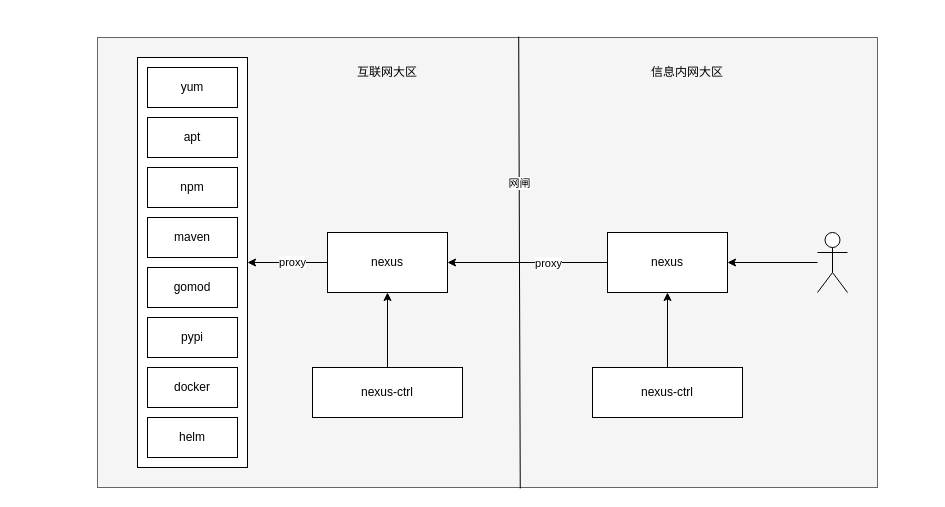
Above: page "第 3 页" (3 of 8) of ProductRepository.drawio in zzl-code/drawImg (draw.io), before the change. Source tidied: cells renumbered, new cells numbered last; positions are measured from the earlier drawing's top-left corner, leaving out a move shared by most shapes. Both pictures are drawn from the tidied source at 100%, with x=0, y=0 at pixel (97, 37).
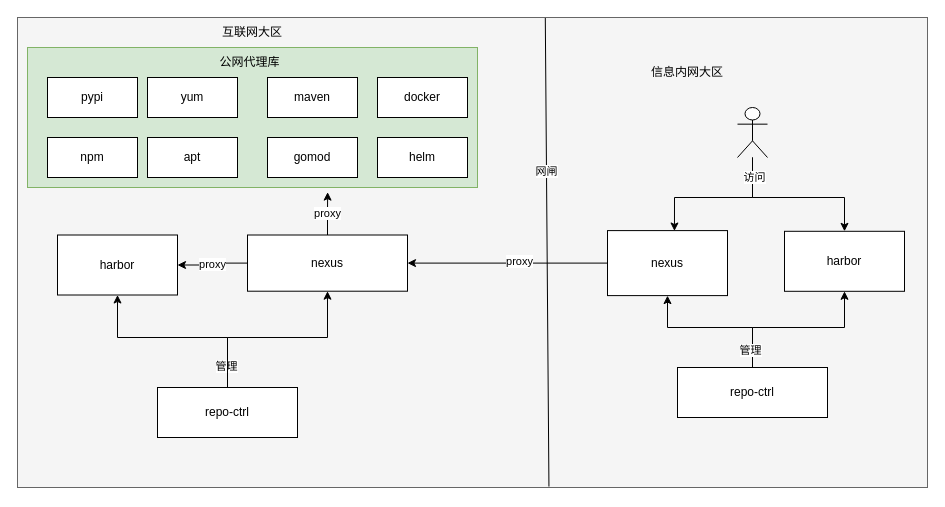
The same diagram, later.

The change refers to these unchanged cells:
```xml
<mxCell id="6" style="edgeStyle=orthogonalEdgeStyle;rounded=0;jettySize=auto;html=1;entryX=1;entryY=0.5;entryDx=0;entryDy=0;" parent="1" edge="1" source="8" target="5">
  <mxGeometry relative="1" as="geometry" />
</mxCell>
```

Change to the diagram source:
```diff
@@
     <mxCell id="2" style="rounded=0;whiteSpace=wrap;html=1;fillColor=#f5f5f5;fontColor=#333333;strokeColor=#666666;" parent="1" vertex="1">
-      <mxGeometry width="780" height="450" as="geometry" />
+      <mxGeometry x="-80" y="-20" width="910" height="470" as="geometry" />
     </mxCell>
+    <mxCell id="28" value="proxy" style="edgeStyle=orthogonalEdgeStyle;rounded=0;jettySize=auto;html=1;entryX=1;entryY=0.5;entryDx=0;entryDy=0;" parent="1" edge="1" source="5" target="33">
+      <mxGeometry relative="1" as="geometry" />
+    </mxCell>
-    <mxCell id="3" style="edgeStyle=orthogonalEdgeStyle;rounded=0;jettySize=auto;html=1;entryX=1;entryY=0.5;entryDx=0;entryDy=0;" parent="1" edge="1" source="5" target="9">
+    <mxCell id="3" value="proxy" style="edgeStyle=orthogonalEdgeStyle;rounded=0;jettySize=auto;html=1;entryX=0.667;entryY=1.033;entryDx=0;entryDy=0;entryPerimeter=0;" parent="1" edge="1" source="5" target="9">
       <mxGeometry relative="1" as="geometry" />
     </mxCell>
-    <mxCell id="4" value="proxy" style="edgeLabel;html=1;align=center;verticalAlign=middle;" parent="3" vertex="1">
-      <mxGeometry x="-0.1" y="-1" relative="1" as="geometry" />
-    </mxCell>
     <mxCell id="5" value="nexus" style="rounded=0;whiteSpace=wrap;html=1;" parent="1" vertex="1">
-      <mxGeometry x="230" y="195" width="120" height="60" as="geometry" />
+      <mxGeometry x="150" y="197.5" width="160" height="56.2" as="geometry" />
     </mxCell>
@@
     <mxCell id="7" value="proxy" style="edgeLabel;html=1;align=center;verticalAlign=middle;" parent="6" vertex="1">
       <mxGeometry x="-0.33" y="2" relative="1" as="geometry">
-        <mxPoint x="-6" y="-2" as="offset" />
+        <mxPoint x="-22" y="-4" as="offset" />
       </mxGeometry>
     </mxCell>
     <mxCell id="8" value="nexus" style="rounded=0;whiteSpace=wrap;html=1;" parent="1" vertex="1">
-      <mxGeometry x="510" y="195" width="120" height="60" as="geometry" />
+      <mxGeometry x="510" y="193.1" width="120" height="65" as="geometry" />
     </mxCell>
-    <mxCell id="9" style="rounded=0;whiteSpace=wrap;html=1;" parent="1" vertex="1">
-      <mxGeometry x="40" y="20" width="110" height="410" as="geometry" />
+    <mxCell id="9" style="rounded=0;whiteSpace=wrap;html=1;fillColor=#d5e8d4;strokeColor=#82b366;" parent="1" vertex="1">
+      <mxGeometry x="-70" y="10" width="450" height="140" as="geometry" />
     </mxCell>
-    <mxCell id="10" style="endArrow=none;html=1;rounded=0;entryX=0.54;entryY=-0.002;entryDx=0;entryDy=0;entryPerimeter=0;exitX=0.542;exitY=1.002;exitDx=0;exitDy=0;exitPerimeter=0;" parent="1" edge="1" source="2" target="2">
+    <mxCell id="10" style="endArrow=none;html=1;rounded=0;exitX=0.584;exitY=0.998;exitDx=0;exitDy=0;exitPerimeter=0;entryX=0.58;entryY=0.001;entryDx=0;entryDy=0;entryPerimeter=0;" parent="1" edge="1" source="2" target="2">
       <mxGeometry relative="1" as="geometry" />
     </mxCell>
@@
     <mxCell id="12" value="yum" style="rounded=0;whiteSpace=wrap;html=1;" parent="1" vertex="1">
-      <mxGeometry x="50" y="30" width="90" height="40" as="geometry" />
+      <mxGeometry x="50" y="40" width="90" height="40" as="geometry" />
     </mxCell>
     <mxCell id="13" value="apt" style="rounded=0;whiteSpace=wrap;html=1;" parent="1" vertex="1">
-      <mxGeometry x="50" y="80" width="90" height="40" as="geometry" />
+      <mxGeometry x="50" y="100" width="90" height="40" as="geometry" />
     </mxCell>
     <mxCell id="14" value="npm" style="rounded=0;whiteSpace=wrap;html=1;" parent="1" vertex="1">
-      <mxGeometry x="50" y="130" width="90" height="40" as="geometry" />
+      <mxGeometry x="-50" y="100" width="90" height="40" as="geometry" />
     </mxCell>
     <mxCell id="15" value="maven" style="rounded=0;whiteSpace=wrap;html=1;" parent="1" vertex="1">
-      <mxGeometry x="50" y="180" width="90" height="40" as="geometry" />
+      <mxGeometry x="170" y="40" width="90" height="40" as="geometry" />
     </mxCell>
     <mxCell id="16" value="gomod" style="rounded=0;whiteSpace=wrap;html=1;" parent="1" vertex="1">
-      <mxGeometry x="50" y="230" width="90" height="40" as="geometry" />
+      <mxGeometry x="170" y="100" width="90" height="40" as="geometry" />
     </mxCell>
     <mxCell id="17" value="pypi" style="rounded=0;whiteSpace=wrap;html=1;" parent="1" vertex="1">
-      <mxGeometry x="50" y="280" width="90" height="40" as="geometry" />
+      <mxGeometry x="-50" y="40" width="90" height="40" as="geometry" />
     </mxCell>
     <mxCell id="18" value="docker" style="rounded=0;whiteSpace=wrap;html=1;" parent="1" vertex="1">
-      <mxGeometry x="50" y="330" width="90" height="40" as="geometry" />
+      <mxGeometry x="280" y="40" width="90" height="40" as="geometry" />
     </mxCell>
     <mxCell id="19" value="helm" style="rounded=0;whiteSpace=wrap;html=1;" parent="1" vertex="1">
-      <mxGeometry x="50" y="380" width="90" height="40" as="geometry" />
+      <mxGeometry x="280" y="100" width="90" height="40" as="geometry" />
     </mxCell>
     <mxCell id="20" style="edgeStyle=orthogonalEdgeStyle;rounded=0;jettySize=auto;html=1;entryX=0.5;entryY=1;entryDx=0;entryDy=0;" parent="1" edge="1" source="21" target="5">
-      <mxGeometry relative="1" as="geometry" />
+      <mxGeometry relative="1" as="geometry">
+        <Array as="points">
+          <mxPoint x="130" y="300" />
+          <mxPoint x="230" y="300" />
+        </Array>
+      </mxGeometry>
     </mxCell>
+    <mxCell id="29" value="管理" style="edgeLabel;html=1;align=center;verticalAlign=middle;" parent="20" vertex="1">
+      <mxGeometry x="-0.04" y="-1" relative="1" as="geometry">
+        <mxPoint x="-46" y="27" as="offset" />
+      </mxGeometry>
+    </mxCell>
+    <mxCell id="30" style="edgeStyle=orthogonalEdgeStyle;rounded=0;jettySize=auto;html=1;" parent="1" edge="1" source="21" target="33">
+      <mxGeometry relative="1" as="geometry">
+        <Array as="points">
+          <mxPoint x="130" y="300" />
+          <mxPoint x="20" y="300" />
+        </Array>
+      </mxGeometry>
+    </mxCell>
-    <mxCell id="21" value="nexus-ctrl" style="rounded=0;whiteSpace=wrap;html=1;" parent="1" vertex="1">
-      <mxGeometry x="215" y="330" width="150" height="50" as="geometry" />
+    <mxCell id="21" value="repo-ctrl" style="rounded=0;whiteSpace=wrap;html=1;" parent="1" vertex="1">
+      <mxGeometry x="60" y="350" width="140" height="50" as="geometry" />
     </mxCell>
     <mxCell id="22" style="edgeStyle=orthogonalEdgeStyle;rounded=0;jettySize=auto;html=1;entryX=0.5;entryY=1;entryDx=0;entryDy=0;" parent="1" edge="1" source="23" target="8">
-      <mxGeometry relative="1" as="geometry" />
+      <mxGeometry relative="1" as="geometry">
+        <Array as="points">
+          <mxPoint x="655" y="290" />
+          <mxPoint x="570" y="290" />
+        </Array>
+      </mxGeometry>
     </mxCell>
+    <mxCell id="31" style="edgeStyle=orthogonalEdgeStyle;rounded=0;jettySize=auto;html=1;entryX=0.5;entryY=1;entryDx=0;entryDy=0;" parent="1" edge="1" source="23" target="34">
+      <mxGeometry relative="1" as="geometry">
+        <Array as="points">
+          <mxPoint x="655" y="290" />
+          <mxPoint x="747" y="290" />
+        </Array>
+      </mxGeometry>
+    </mxCell>
+    <mxCell id="32" value="管理" style="edgeLabel;html=1;align=center;verticalAlign=middle;" parent="31" vertex="1">
+      <mxGeometry x="-0.77" y="3" relative="1" as="geometry">
+        <mxPoint y="1" as="offset" />
+      </mxGeometry>
+    </mxCell>
-    <mxCell id="23" value="nexus-ctrl" style="rounded=0;whiteSpace=wrap;html=1;" parent="1" vertex="1">
-      <mxGeometry x="495" y="330" width="150" height="50" as="geometry" />
+    <mxCell id="23" value="repo-ctrl" style="rounded=0;whiteSpace=wrap;html=1;" parent="1" vertex="1">
+      <mxGeometry x="580" y="330" width="150" height="50" as="geometry" />
     </mxCell>
-    <mxCell id="24" style="edgeStyle=orthogonalEdgeStyle;rounded=0;jettySize=auto;html=1;entryX=1;entryY=0.5;entryDx=0;entryDy=0;" parent="1" edge="1" source="25" target="8">
-      <mxGeometry relative="1" as="geometry" />
-    </mxCell>
-    <mxCell id="25" style="shape=umlActor;verticalLabelPosition=bottom;verticalAlign=top;html=1;outlineConnect=0;" parent="1" vertex="1">
-      <mxGeometry x="720" y="195" width="30" height="60" as="geometry" />
-    </mxCell>
     <mxCell id="26" value="互联网大区" style="text;html=1;strokeColor=none;fillColor=none;align=center;verticalAlign=middle;whiteSpace=wrap;rounded=0;" parent="1" vertex="1">
-      <mxGeometry x="250" y="20" width="80" height="30" as="geometry" />
+      <mxGeometry x="115" y="-20" width="80" height="30" as="geometry" />
     </mxCell>
@@
+    <mxCell id="33" value="harbor" style="rounded=0;whiteSpace=wrap;html=1;strokeWidth=1;" parent="1" vertex="1">
+      <mxGeometry x="-40" y="197.5" width="120" height="60" as="geometry" />
+    </mxCell>
+    <mxCell id="34" value="harbor" style="rounded=0;whiteSpace=wrap;html=1;strokeWidth=1;" parent="1" vertex="1">
+      <mxGeometry x="687" y="193.8" width="120" height="60" as="geometry" />
+    </mxCell>
+    <mxCell id="35" value="公网代理库" style="text;html=1;strokeColor=none;fillColor=none;align=center;verticalAlign=middle;whiteSpace=wrap;rounded=0;" parent="1" vertex="1">
+      <mxGeometry x="110" y="10" width="85" height="30" as="geometry" />
+    </mxCell>
+    <mxCell id="36" style="edgeStyle=orthogonalEdgeStyle;rounded=0;jettySize=auto;html=1;entryX=0.558;entryY=0.006;entryDx=0;entryDy=0;entryPerimeter=0;" parent="1" edge="1" source="39" target="8">
+      <mxGeometry relative="1" as="geometry">
+        <Array as="points">
+          <mxPoint x="655" y="160" />
+          <mxPoint x="577" y="160" />
+        </Array>
+      </mxGeometry>
+    </mxCell>
+    <mxCell id="37" style="edgeStyle=orthogonalEdgeStyle;rounded=0;jettySize=auto;html=1;entryX=0.5;entryY=0;entryDx=0;entryDy=0;" parent="1" edge="1" source="39" target="34">
+      <mxGeometry relative="1" as="geometry">
+        <Array as="points">
+          <mxPoint x="655" y="160" />
+          <mxPoint x="747" y="160" />
+        </Array>
+      </mxGeometry>
+    </mxCell>
+    <mxCell id="38" value="访问" style="edgeLabel;html=1;align=center;verticalAlign=middle;" parent="37" vertex="1">
+      <mxGeometry x="-0.78" y="1" relative="1" as="geometry">
+        <mxPoint y="1" as="offset" />
+      </mxGeometry>
+    </mxCell>
+    <mxCell id="39" style="shape=umlActor;verticalLabelPosition=bottom;verticalAlign=top;html=1;outlineConnect=0;strokeWidth=1;" parent="1" vertex="1">
+      <mxGeometry x="640" y="70" width="30" height="50" as="geometry" />
+    </mxCell>
```
